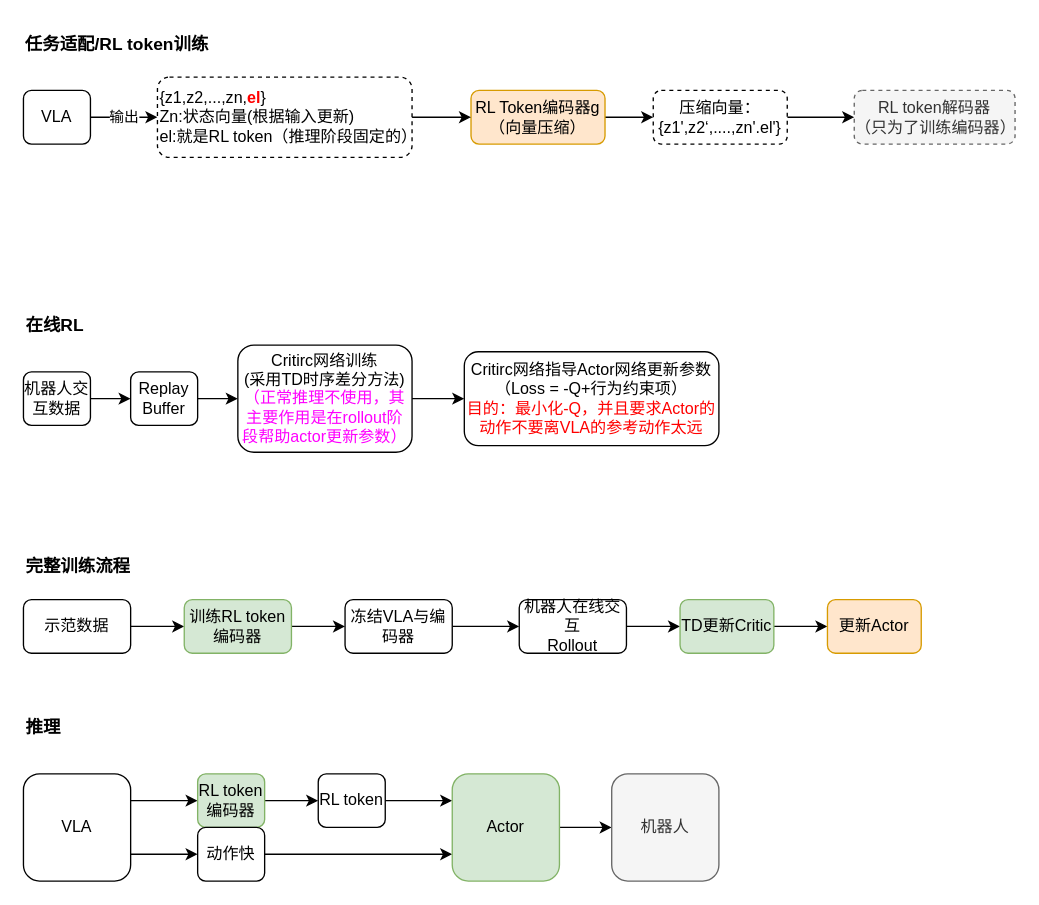
Earlier version of the draw.io diagram LLM/VLA/RL-Token.drawio (mailonghua/drawio). Source tidied: cells renumbered, new cells numbered last; positions are measured from the earlier drawing's top-left corner, leaving out a move shared by most shapes. Both pictures are drawn from the tidied source at 134%, with x=0, y=0 at pixel (23, 23).
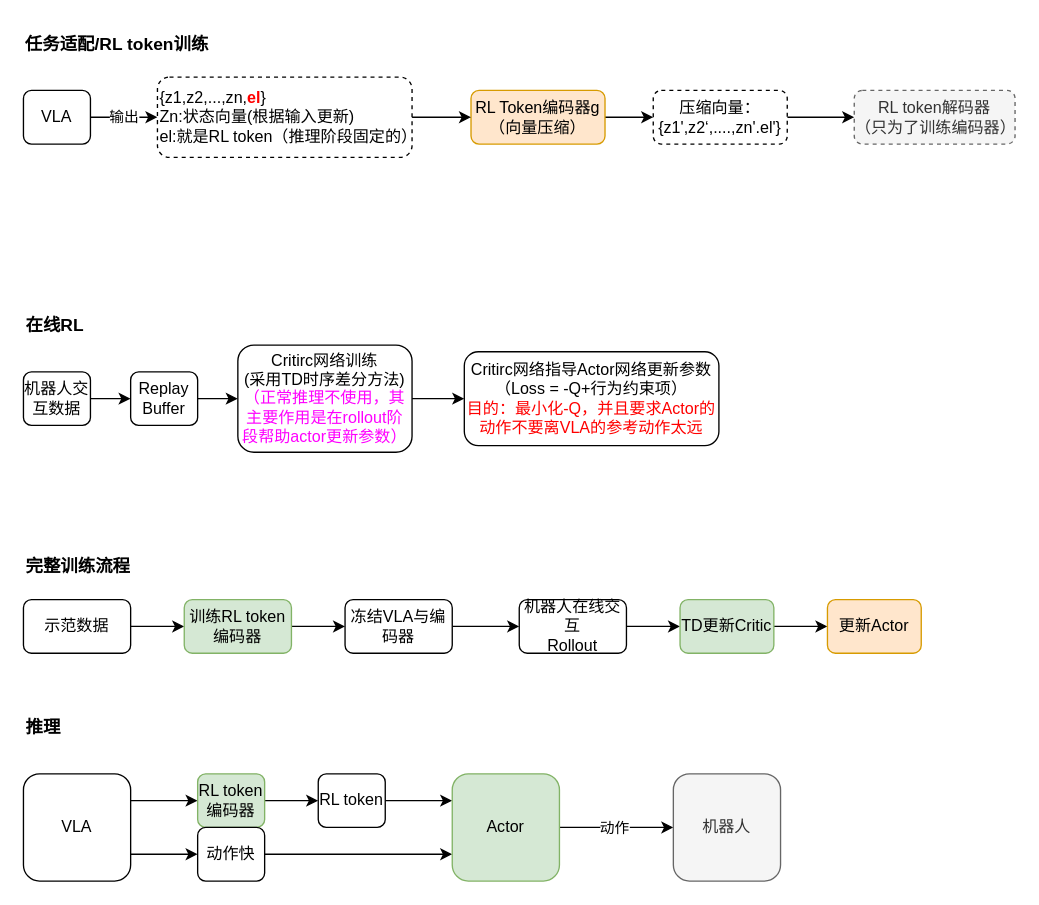
After the change.

The change refers to these unchanged cells:
```xml
<mxCell id="43" style="edgeStyle=orthogonalEdgeStyle;curved=1;rounded=0;jettySize=auto;html=1;" parent="1" edge="1" source="44" target="45">
  <mxGeometry relative="1" as="geometry" />
</mxCell>
```

What changed in the source:
```diff
@@
+    <mxCell id="46" value="动作" style="edgeLabel;html=1;align=center;verticalAlign=middle;" parent="43" vertex="1">
+      <mxGeometry x="0.11" y="2" relative="1" as="geometry">
+        <mxPoint x="-7" y="2" as="offset" />
+      </mxGeometry>
+    </mxCell>
@@
     <mxCell id="45" value="机器人" style="rounded=1;whiteSpace=wrap;html=1;fillColor=#f5f5f5;fontColor=#333333;strokeColor=#666666;" parent="1" vertex="1">
-      <mxGeometry x="439" y="560" width="80" height="80" as="geometry" />
+      <mxGeometry x="485" y="560" width="80" height="80" as="geometry" />
     </mxCell>
```
